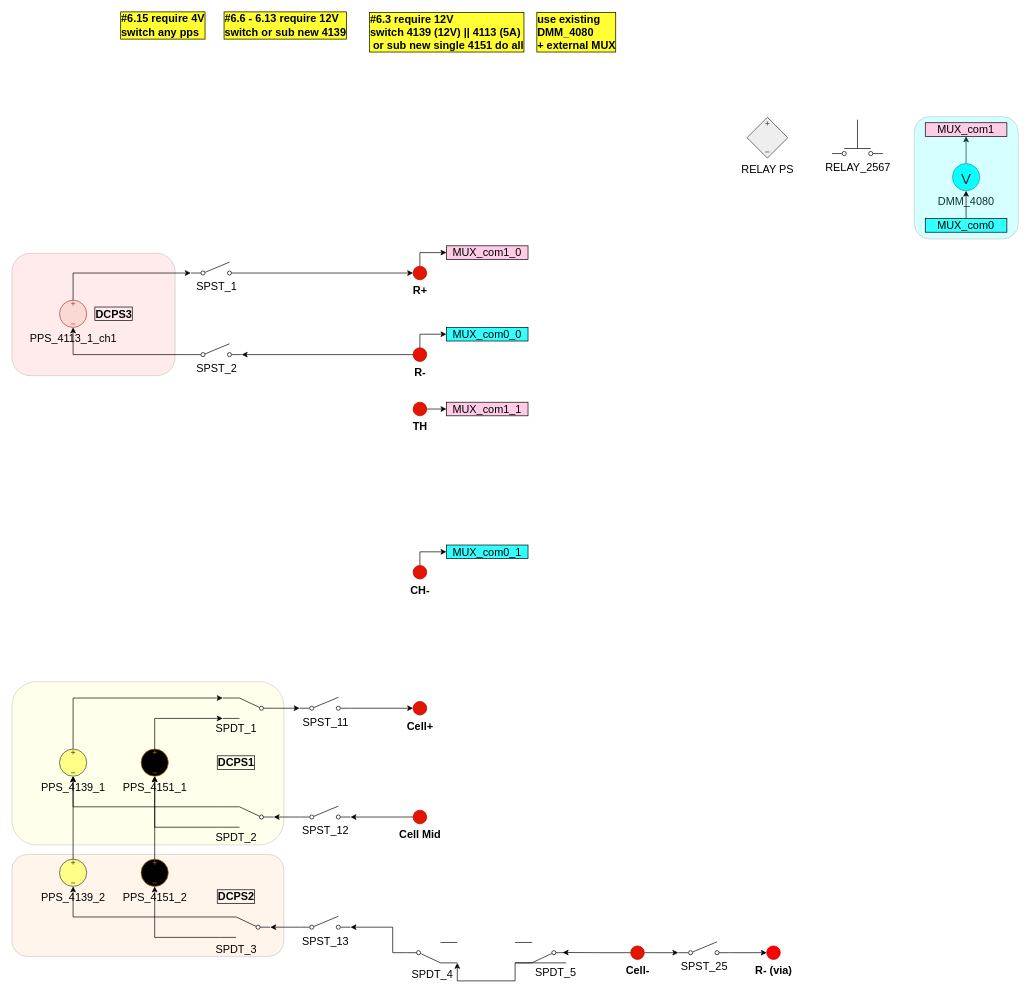
Above: BMS_device_B_6p1.drawio in ktlim-xy/draw-io (draw.io), before the change. Source tidied: cells renumbered, new cells numbered last; positions are measured from the earlier drawing's top-left corner, leaving out a move shared by most shapes. Both pictures are drawn from the tidied source at 68%, with x=0, y=0 at pixel (12, 12).
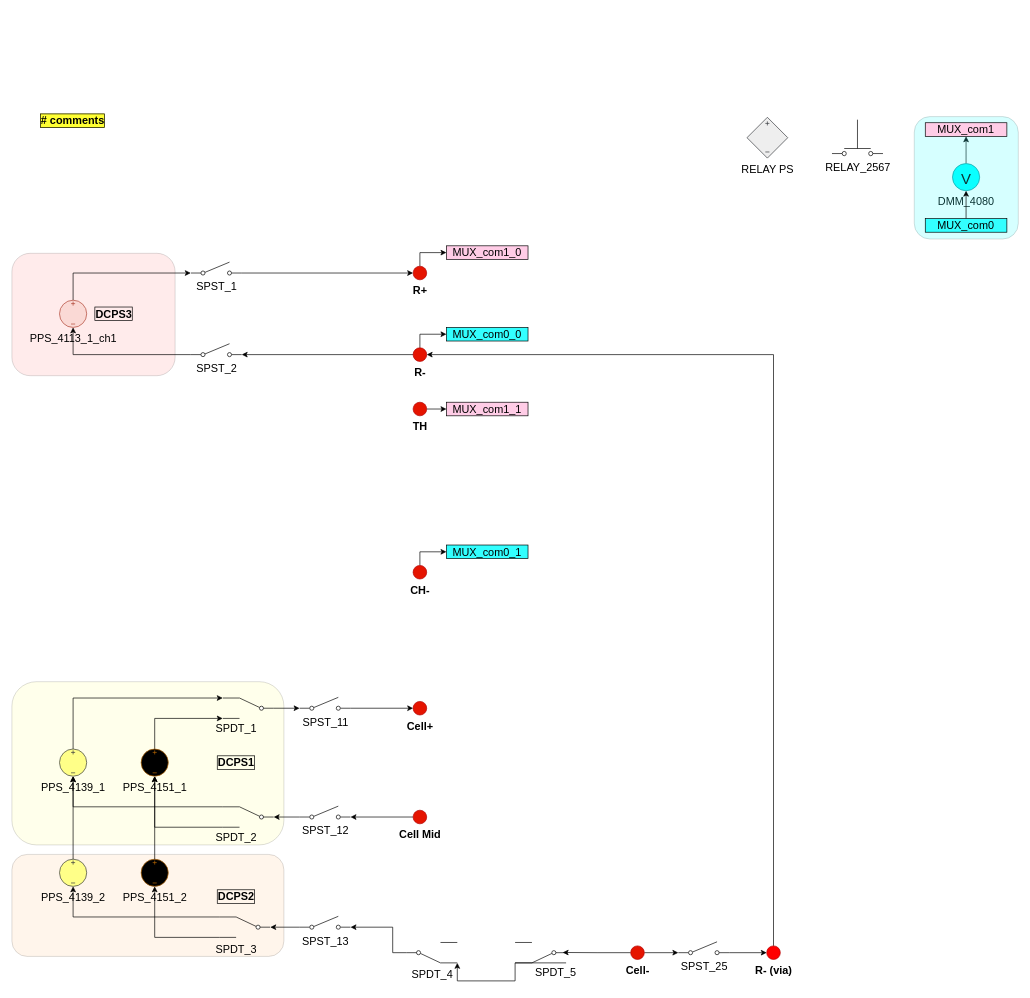
After the change.

Unchanged cells that the change refers to:
```xml
<mxCell id="21" value="R-" style="verticalLabelPosition=bottom;shadow=0;dashed=0;align=center;html=1;verticalAlign=top;strokeWidth=1;shape=ellipse;perimeter=ellipsePerimeter;fillColor=#e51400;fontColor=light-dark(#000000,#FF0000);strokeColor=#B20000;fontSize=16;fontStyle=1;" parent="1" vertex="1">
  <mxGeometry x="590" y="493" width="20" height="20" as="geometry" />
</mxCell>
<mxCell id="63" value="R- (via)" style="verticalLabelPosition=bottom;shadow=0;dashed=0;align=center;html=1;verticalAlign=top;strokeWidth=1;shape=ellipse;perimeter=ellipsePerimeter;fillColor=#FF0000;fontColor=light-dark(#000000,#FF0000);strokeColor=#B20000;fillStyle=auto;fontSize=16;fontStyle=1;" parent="1" vertex="1">
  <mxGeometry x="1110" y="1372.5" width="20" height="20" as="geometry" />
</mxCell>
```

The edit, as a diff of the source:
```diff
@@
+    <mxCell id="79" style="edgeStyle=orthogonalEdgeStyle;rounded=0;jettySize=auto;html=1;exitX=0.5;exitY=0;exitDx=0;exitDy=0;entryX=1;entryY=0.5;entryDx=0;entryDy=0;" parent="1" edge="1" source="63" target="21">
+      <mxGeometry relative="1" as="geometry" />
+    </mxCell>
@@
-    <mxCell id="64" value="#6.6 - 6.13 require 12V&lt;br&gt;switch or sub new 4139" style="text;html=1;whiteSpace=wrap;strokeColor=none;fillColor=none;align=left;verticalAlign=middle;rounded=0;fontStyle=1;fontColor=#000000;fontSize=16;labelBorderColor=default;labelBackgroundColor=#FFFF33;" parent="1" vertex="1">
-      <mxGeometry x="310" y="4" width="230" height="30" as="geometry" />
-    </mxCell>
-    <mxCell id="65" value="#6.15 require 4V&lt;div&gt;switch any pps&lt;/div&gt;" style="text;html=1;whiteSpace=wrap;strokeColor=none;fillColor=none;align=left;verticalAlign=middle;rounded=0;fontStyle=1;fontColor=#000000;fontSize=16;labelBorderColor=default;labelBackgroundColor=#FFFF33;" parent="1" vertex="1">
-      <mxGeometry x="158" y="4" width="180" height="30" as="geometry" />
+    <mxCell id="65" value="# comments" style="text;html=1;whiteSpace=wrap;strokeColor=none;fillColor=none;align=left;verticalAlign=middle;rounded=0;fontStyle=1;fontColor=#000000;fontSize=16;labelBorderColor=default;labelBackgroundColor=#FFFF33;" parent="1" vertex="1">
+      <mxGeometry x="40" y="144" width="340" height="30" as="geometry" />
     </mxCell>
-    <mxCell id="66" value="#6.3 require 12V&lt;br&gt;switch 4139 (12V) || 4113 (5A)&lt;br&gt;&amp;nbsp;or sub new single 4151 do all" style="text;html=1;whiteSpace=wrap;strokeColor=none;fillColor=none;align=left;verticalAlign=middle;rounded=0;fontStyle=1;fontColor=#000000;fontSize=16;labelBorderColor=default;labelBackgroundColor=#FFFF33;" parent="1" vertex="1">
-      <mxGeometry x="524" y="4" width="235" height="49" as="geometry" />
-    </mxCell>
-    <mxCell id="67" value="use existing&lt;br&gt;DMM_4080&amp;nbsp;&lt;div&gt;+ external MUX&lt;/div&gt;" style="text;html=1;whiteSpace=wrap;strokeColor=none;fillColor=none;align=left;verticalAlign=middle;rounded=0;fontStyle=1;fontColor=#000000;fontSize=16;labelBorderColor=default;labelBackgroundColor=#FFFF33;" parent="1" vertex="1">
-      <mxGeometry x="770" y="-0.5" width="160" height="58" as="geometry" />
-    </mxCell>
```
